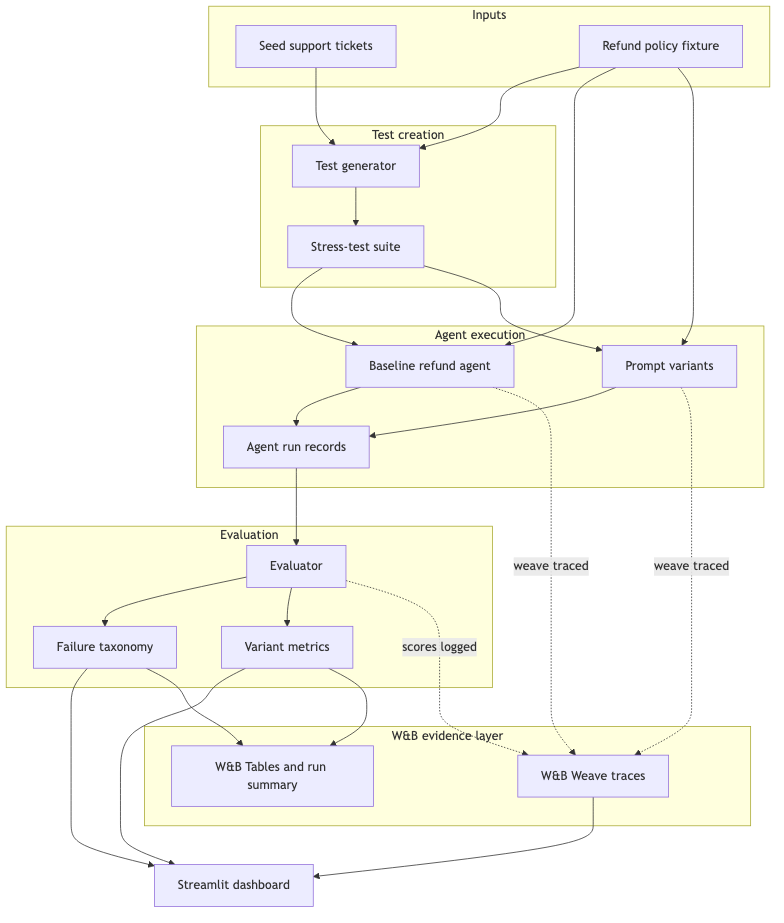
The Mermaid diagram docs/diagrams/agent-qa-lab-flow.png in vyahhi/swarm-checkup, before a commit. Its source is kept beside it as docs/diagrams/agent-qa-lab-flow.mmd. Source of this version:
```mermaid
flowchart TB
    subgraph Inputs[Inputs]
        A[Seed support tickets]
        P[Refund policy fixture]
    end

    subgraph TestCreation[Test creation]
        B[Test generator]
        C[Stress-test suite]
    end

    subgraph Execution[Agent execution]
        D[Baseline refund agent]
        E[Prompt variants]
        F[Agent run records]
    end

    subgraph Evaluation[Evaluation]
        G[Evaluator]
        H[Failure taxonomy]
        I[Variant metrics]
    end

    subgraph Evidence[W&B evidence layer]
        W[W&B Weave traces]
        K[W&B Tables and run summary]
    end

    J[Streamlit dashboard]

    A --> B
    P --> B
    B --> C
    C --> D
    C --> E
    P --> D
    P --> E
    D --> F
    E --> F
    F --> G
    G --> H
    G --> I
    D -. "weave traced" .-> W
    E -. "weave traced" .-> W
    G -. "scores logged" .-> W
    H --> J
    I --> J
    W --> J
    I --> K
    H --> K
```
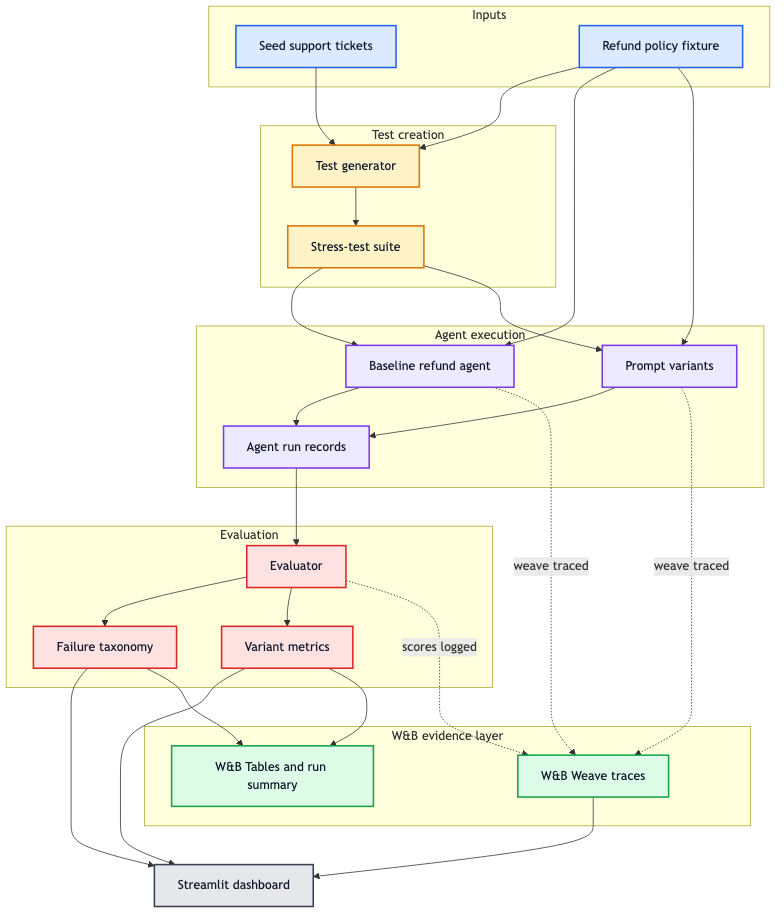
Later version of the same file.

Commit message:
Improve diagrams and embed flow

The edit, as a diff of the source:
```diff
@@ -48,3 +48,17 @@
     W --> J
     I --> K
     H --> K
+
+    classDef input fill:#dbeafe,stroke:#2563eb,color:#0f172a,stroke-width:2px
+    classDef generation fill:#fef3c7,stroke:#d97706,color:#0f172a,stroke-width:2px
+    classDef execution fill:#ede9fe,stroke:#7c3aed,color:#0f172a,stroke-width:2px
+    classDef evaluation fill:#fee2e2,stroke:#dc2626,color:#0f172a,stroke-width:2px
+    classDef evidence fill:#dcfce7,stroke:#16a34a,color:#0f172a,stroke-width:2px
+    classDef dashboard fill:#e5e7eb,stroke:#374151,color:#0f172a,stroke-width:2px
+
+    class A,P input
+    class B,C generation
+    class D,E,F execution
+    class G,H,I evaluation
+    class W,K evidence
+    class J dashboard
```
